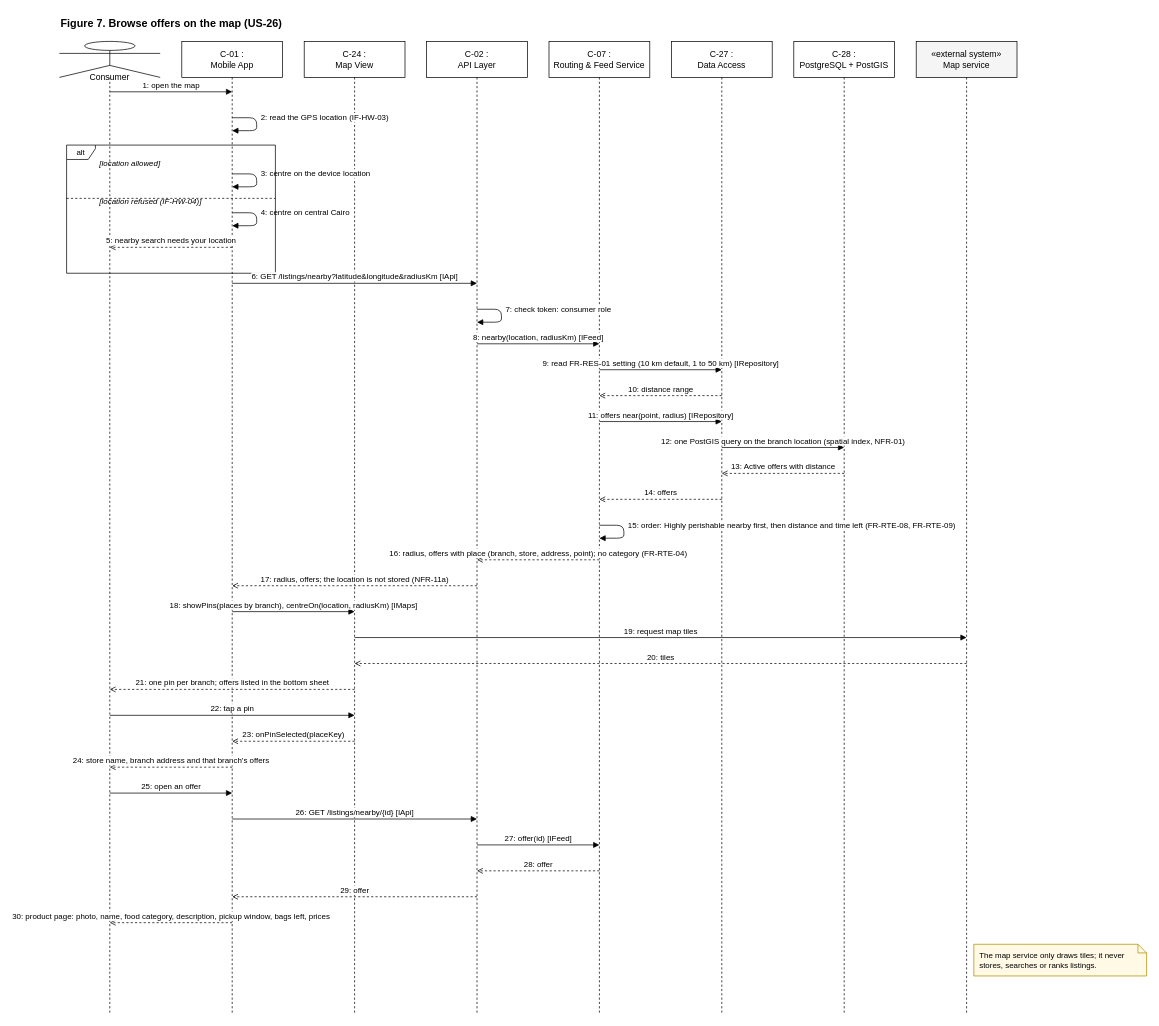
Above: docs/diagrams/seq-map-browse.drawio in MennaZaid/NoWaste (draw.io), before the change. Source tidied: cells renumbered, new cells numbered last; positions are measured from the earlier drawing's top-left corner, leaving out a move shared by most shapes. Both pictures are drawn from the tidied source at 72%, with x=0, y=0 at pixel (59, 12).
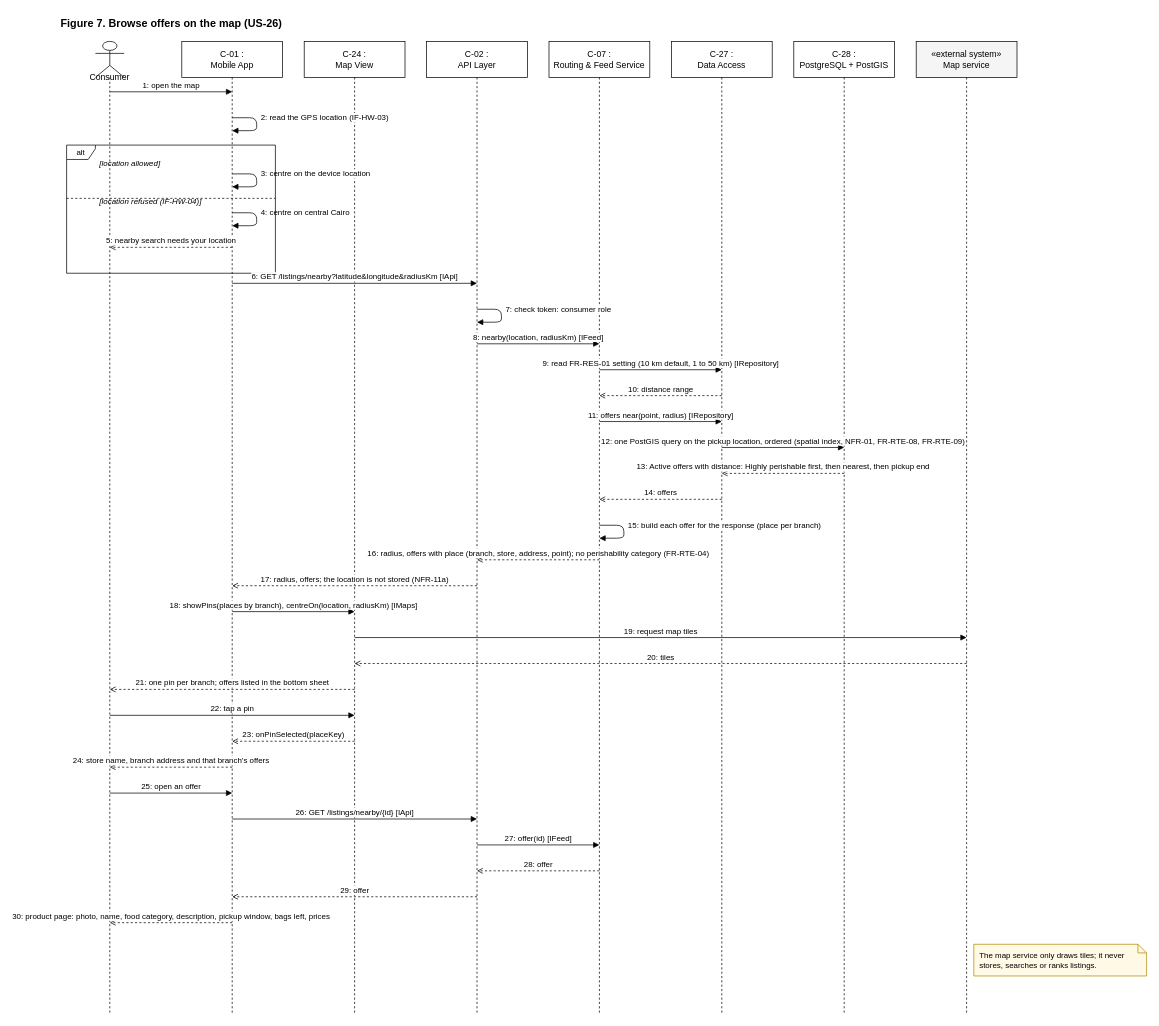
The same diagram, later.

The edit, as a diff of the source:
```diff
@@
     <mxCell id="3" value="Consumer" style="shape=umlLifeline;participant=umlActor;perimeter=lifelinePerimeter;whiteSpace=wrap;html=1;verticalAlign=top;spacingTop=36;size=50;" parent="1" vertex="1">
-      <mxGeometry y="40" width="140" height="1350" as="geometry" />
+      <mxGeometry x="50" y="40" width="40" height="1350" as="geometry" />
     </mxCell>
@@
-    <mxCell id="26" value="12: one PostGIS query on the branch location (spatial index, NFR-01)" style="html=1;verticalAlign=bottom;endArrow=block;endFill=1;fontSize=11;" parent="1" edge="1">
+    <mxCell id="26" value="12: one PostGIS query on the pickup location, ordered (spatial index, NFR-01, FR-RTE-08, FR-RTE-09)" style="html=1;verticalAlign=bottom;endArrow=block;endFill=1;fontSize=11;" parent="1" edge="1">
       <mxGeometry relative="1" as="geometry">
         <mxPoint x="920" y="604" as="sourcePoint" />
         <mxPoint x="1090" y="604" as="targetPoint" />
       </mxGeometry>
     </mxCell>
-    <mxCell id="27" value="13: Active offers with distance" style="html=1;verticalAlign=bottom;endArrow=open;dashed=1;endFill=0;fontSize=11;" parent="1" edge="1">
+    <mxCell id="27" value="13: Active offers with distance: Highly perishable first, then nearest, then pickup end" style="html=1;verticalAlign=bottom;endArrow=open;dashed=1;endFill=0;fontSize=11;" parent="1" edge="1">
       <mxGeometry relative="1" as="geometry">
         <mxPoint x="1090" y="640" as="sourcePoint" />
         <mxPoint x="920" y="640" as="targetPoint" />
       </mxGeometry>
     </mxCell>
@@
-    <mxCell id="29" value="15: order: Highly perishable nearby first, then distance and time left (FR-RTE-08, FR-RTE-09)" style="html=1;verticalAlign=bottom;endArrow=block;endFill=1;fontSize=11;align=left;spacingLeft=4;" parent="1" edge="1">
+    <mxCell id="29" value="15: build each offer for the response (place per branch)" style="html=1;verticalAlign=bottom;endArrow=block;endFill=1;fontSize=11;align=left;spacingLeft=4;" parent="1" edge="1">
       <mxGeometry relative="1" as="geometry">
         <mxPoint x="750" y="712" as="sourcePoint" />
         <mxPoint x="750" y="730" as="targetPoint" />
         <Array as="points">
           <mxPoint x="784" y="712" />
           <mxPoint x="784" y="730" />
         </Array>
       </mxGeometry>
     </mxCell>
-    <mxCell id="30" value="16: radius, offers with place (branch, store, address, point); no category (FR-RTE-04)" style="html=1;verticalAlign=bottom;endArrow=open;dashed=1;endFill=0;fontSize=11;" parent="1" edge="1">
+    <mxCell id="30" value="16: radius, offers with place (branch, store, address, point); no perishability category (FR-RTE-04)" style="html=1;verticalAlign=bottom;endArrow=open;dashed=1;endFill=0;fontSize=11;" parent="1" edge="1">
       <mxGeometry relative="1" as="geometry">
         <mxPoint x="750" y="760" as="sourcePoint" />
         <mxPoint x="580" y="760" as="targetPoint" />
       </mxGeometry>
     </mxCell>
```
